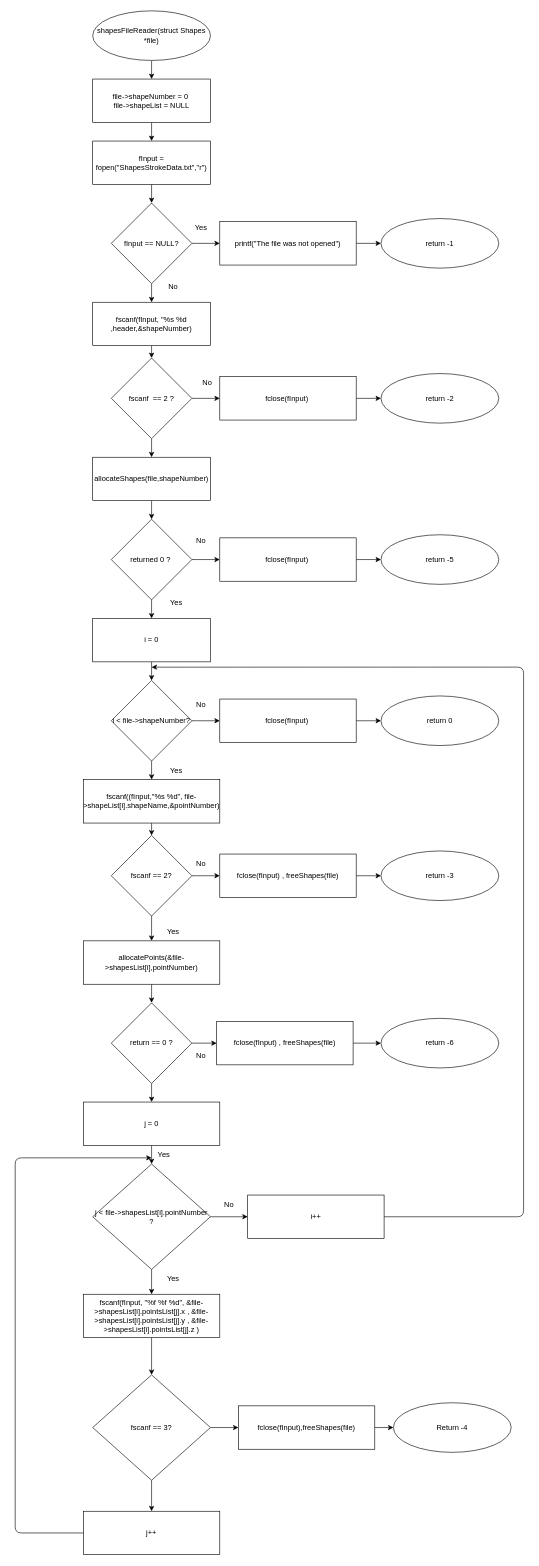
mchrobak-sys/Coursework keeps this draw.io diagram as page "Parser and dynamic memory" (3 of 4) of Documentation/SystemFlowChart_20641079.drawio. Above is the earlier version. Source tidied: cells renumbered, new cells numbered last; positions are measured from the earlier drawing's top-left corner, leaving out a move shared by most shapes. Both pictures are drawn from the tidied source at 62%, with x=0, y=0 at pixel (15, 11).
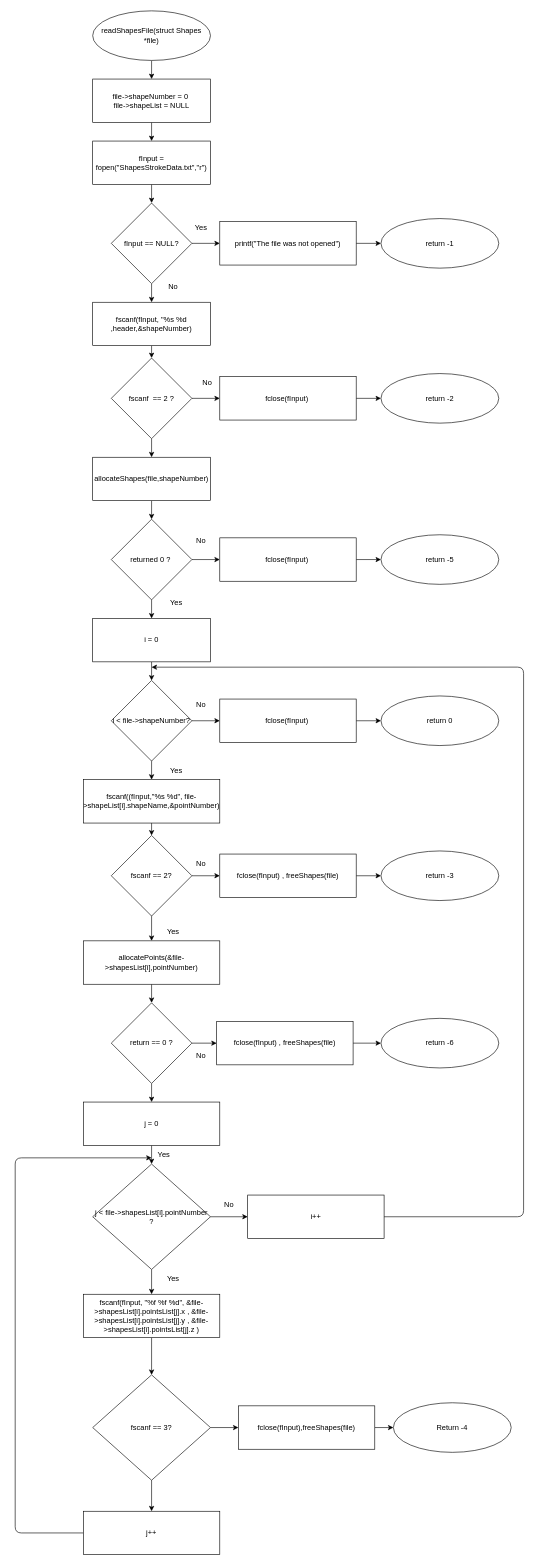
The same diagram, later.

Change to the diagram source:
```diff
@@
-    <mxCell id="3" value="shapesFileReader(struct Shapes *file)" style="ellipse;whiteSpace=wrap;html=1;shapeInside=1;" parent="1" vertex="1">
+    <mxCell id="3" value="readShapesFile(struct Shapes *file)" style="ellipse;whiteSpace=wrap;html=1;shapeInside=1;" parent="1" vertex="1">
       <mxGeometry x="125" width="190" height="80" as="geometry" />
     </mxCell>
```
